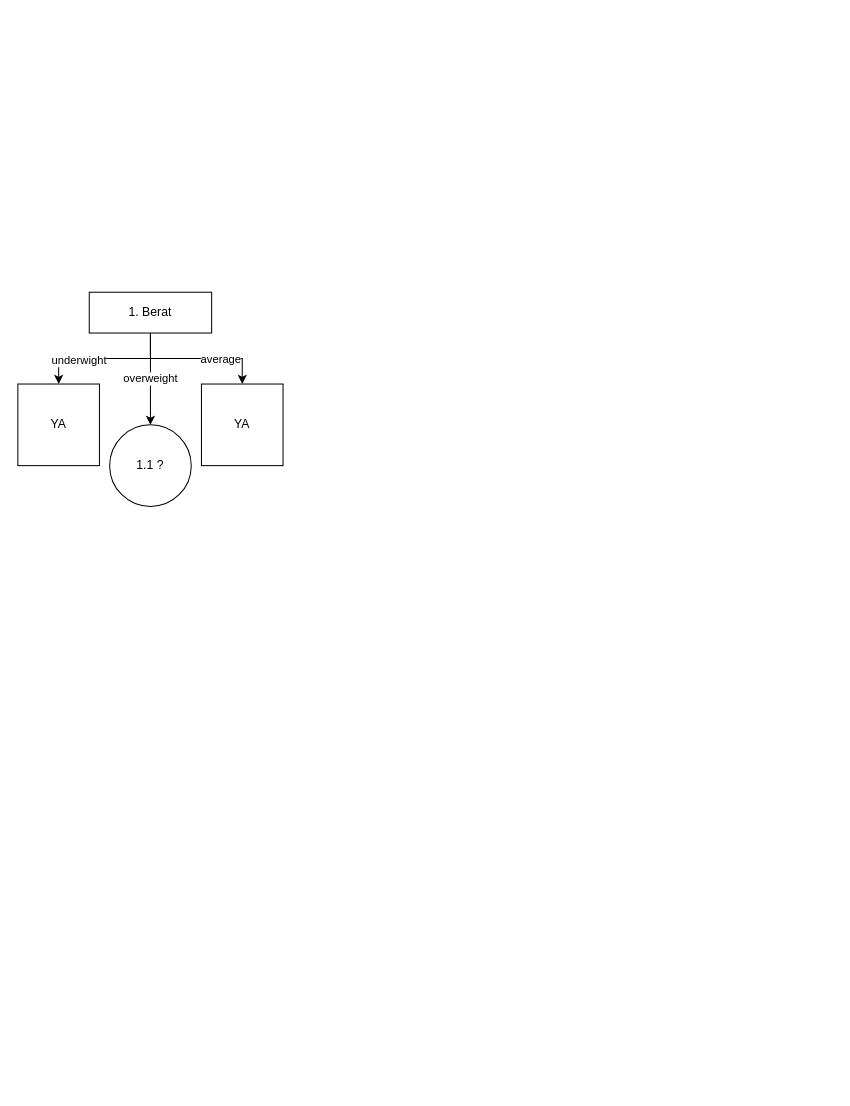
Earlier version of the draw.io diagram page "Halaman-1" (1 of 2) of node cabang gain.drawio (AlyDap/teori-data-science). Source tidied: cells renumbered, new cells numbered last; positions are measured from the earlier drawing's top-left corner, leaving out a move shared by most shapes. Both pictures are drawn from the tidied source at 102%, with x=0, y=0 at pixel (17, 292).
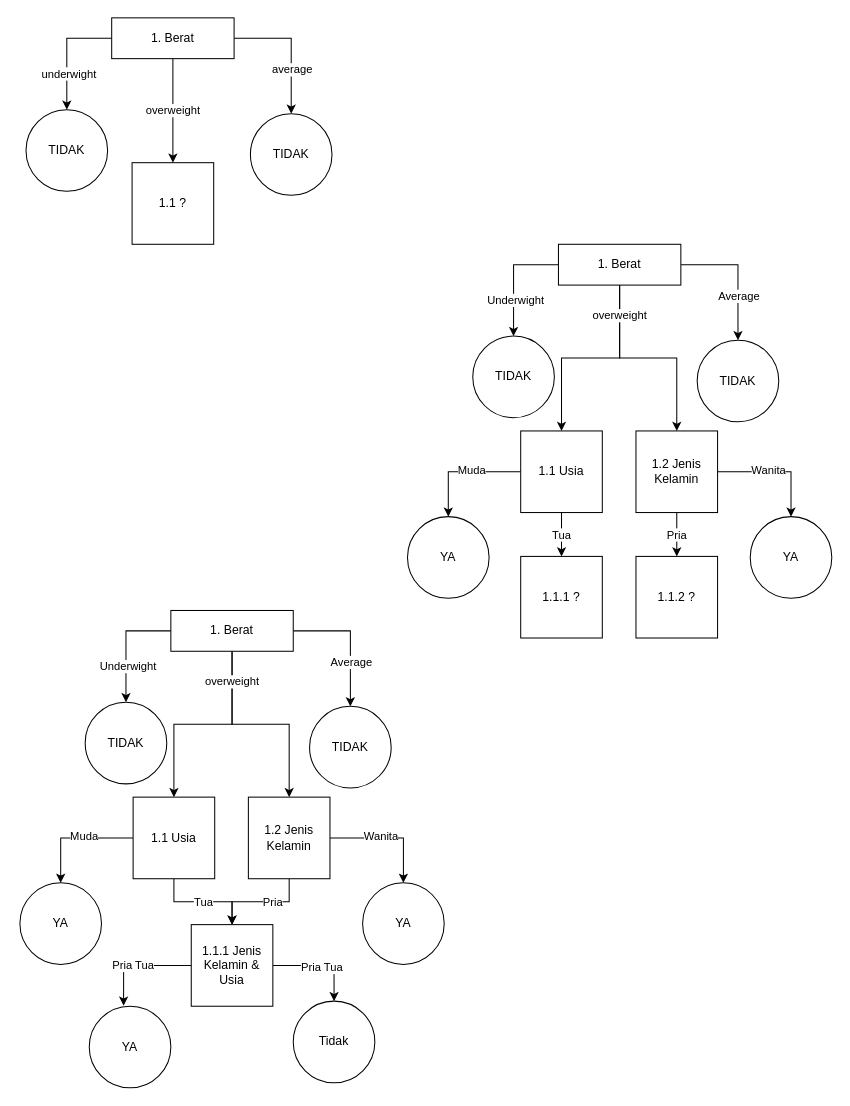
The same page after the edit.

Change to the diagram source:
```diff
@@
-    <mxCell id="2" style="edgeStyle=orthogonalEdgeStyle;rounded=0;jettySize=auto;html=1;entryX=0.5;entryY=0;entryDx=0;entryDy=0;" parent="1" edge="1" source="7" target="8">
+    <mxCell id="2" style="edgeStyle=orthogonalEdgeStyle;rounded=0;jettySize=auto;html=1;" parent="1" edge="1" source="7" target="15">
       <mxGeometry relative="1" as="geometry" />
     </mxCell>
-    <mxCell id="3" value="underwight" style="edgeLabel;html=1;align=center;verticalAlign=middle;" parent="2" vertex="1">
+    <mxCell id="3" value="Underwight" style="edgeLabel;html=1;align=center;verticalAlign=middle;" parent="2" vertex="1">
       <mxGeometry x="0.37" y="1" relative="1" as="geometry" />
     </mxCell>
-    <mxCell id="4" style="edgeStyle=orthogonalEdgeStyle;rounded=0;jettySize=auto;html=1;" parent="1" edge="1" source="7" target="9">
+    <mxCell id="4" style="edgeStyle=orthogonalEdgeStyle;rounded=0;jettySize=auto;html=1;entryX=0.5;entryY=0;entryDx=0;entryDy=0;" parent="1" edge="1" source="7" target="14">
       <mxGeometry relative="1" as="geometry" />
     </mxCell>
-    <mxCell id="5" value="average" style="edgeLabel;html=1;align=center;verticalAlign=middle;" parent="4" vertex="1">
+    <mxCell id="5" value="Average" style="edgeLabel;html=1;align=center;verticalAlign=middle;" parent="4" vertex="1">
       <mxGeometry x="0.33" relative="1" as="geometry" />
     </mxCell>
+    <mxCell id="11" style="edgeStyle=orthogonalEdgeStyle;rounded=0;jettySize=auto;html=1;" parent="1" edge="1" source="7" target="19">
+      <mxGeometry relative="1" as="geometry" />
+    </mxCell>
+    <mxCell id="12" style="edgeStyle=orthogonalEdgeStyle;rounded=0;jettySize=auto;html=1;" parent="1" edge="1" source="7" target="24">
+      <mxGeometry relative="1" as="geometry" />
+    </mxCell>
+    <mxCell id="13" value="overweight" style="edgeLabel;html=1;align=center;verticalAlign=middle;" parent="12" vertex="1">
+      <mxGeometry x="-0.71" y="-1" relative="1" as="geometry" />
+    </mxCell>
+    <mxCell id="7" value="1. Berat" style="rounded=0;whiteSpace=wrap;html=1;" parent="1" vertex="1">
+      <mxGeometry x="150" y="312" width="120" height="40" as="geometry" />
+    </mxCell>
+    <mxCell id="14" value="TIDAK" style="ellipse;whiteSpace=wrap;html=1;" parent="1" vertex="1">
+      <mxGeometry x="286" y="406" width="80" height="80" as="geometry" />
+    </mxCell>
+    <mxCell id="15" value="TIDAK" style="ellipse;whiteSpace=wrap;html=1;" parent="1" vertex="1">
+      <mxGeometry x="66" y="402" width="80" height="80" as="geometry" />
+    </mxCell>
+    <mxCell id="16" style="edgeStyle=orthogonalEdgeStyle;rounded=0;jettySize=auto;html=1;entryX=0.5;entryY=0;entryDx=0;entryDy=0;" parent="1" edge="1" source="19" target="32">
+      <mxGeometry relative="1" as="geometry" />
+    </mxCell>
+    <mxCell id="17" value="Muda" style="edgeLabel;html=1;align=center;verticalAlign=middle;" parent="16" vertex="1">
+      <mxGeometry x="-0.15" y="-2" relative="1" as="geometry" />
+    </mxCell>
+    <mxCell id="18" value="Tua" style="edgeStyle=orthogonalEdgeStyle;rounded=0;jettySize=auto;html=1;" parent="1" edge="1" source="19" target="39">
+      <mxGeometry relative="1" as="geometry" />
+    </mxCell>
+    <mxCell id="19" value="1.1 Usia" style="whiteSpace=wrap;html=1;" parent="1" vertex="1">
+      <mxGeometry x="113" y="495" width="80" height="80" as="geometry" />
+    </mxCell>
+    <mxCell id="20" style="edgeStyle=orthogonalEdgeStyle;rounded=0;jettySize=auto;html=1;entryX=0.5;entryY=0;entryDx=0;entryDy=0;" parent="1" edge="1" source="24" target="33">
+      <mxGeometry relative="1" as="geometry" />
+    </mxCell>
+    <mxCell id="21" value="Wanita" style="edgeLabel;html=1;align=center;verticalAlign=middle;" parent="20" vertex="1">
+      <mxGeometry x="-0.16" y="2" relative="1" as="geometry" />
+    </mxCell>
+    <mxCell id="22" style="edgeStyle=orthogonalEdgeStyle;rounded=0;jettySize=auto;html=1;entryX=0.5;entryY=0;entryDx=0;entryDy=0;" parent="1" edge="1" source="24" target="39">
+      <mxGeometry relative="1" as="geometry" />
+    </mxCell>
+    <mxCell id="23" value="Pria" style="edgeLabel;html=1;align=center;verticalAlign=middle;" parent="22" vertex="1">
+      <mxGeometry x="-0.23" relative="1" as="geometry" />
+    </mxCell>
+    <mxCell id="24" value="1.2 Jenis Kelamin" style="whiteSpace=wrap;html=1;" parent="1" vertex="1">
+      <mxGeometry x="226" y="495" width="80" height="80" as="geometry" />
+    </mxCell>
+    <mxCell id="25" style="edgeStyle=orthogonalEdgeStyle;rounded=0;jettySize=auto;html=1;" parent="1" edge="1" source="29" target="31">
+      <mxGeometry relative="1" as="geometry" />
+    </mxCell>
+    <mxCell id="26" value="underwight" style="edgeLabel;html=1;align=center;verticalAlign=middle;" parent="25" vertex="1">
+      <mxGeometry x="0.37" y="1" relative="1" as="geometry" />
+    </mxCell>
+    <mxCell id="27" style="edgeStyle=orthogonalEdgeStyle;rounded=0;jettySize=auto;html=1;entryX=0.5;entryY=0;entryDx=0;entryDy=0;" parent="1" edge="1" source="29" target="30">
+      <mxGeometry relative="1" as="geometry" />
+    </mxCell>
+    <mxCell id="28" value="average" style="edgeLabel;html=1;align=center;verticalAlign=middle;" parent="27" vertex="1">
+      <mxGeometry x="0.33" relative="1" as="geometry" />
+    </mxCell>
-    <mxCell id="6" value="overweight" style="edgeStyle=orthogonalEdgeStyle;rounded=0;jettySize=auto;html=1;" parent="1" edge="1" source="7" target="10">
+    <mxCell id="6" value="overweight" style="edgeStyle=orthogonalEdgeStyle;rounded=0;jettySize=auto;html=1;" parent="1" edge="1" source="29" target="10">
       <mxGeometry relative="1" as="geometry" />
     </mxCell>
-    <mxCell id="7" value="1. Berat" style="rounded=0;whiteSpace=wrap;html=1;" parent="1" vertex="1">
-      <mxGeometry x="70" width="120" height="40" as="geometry" />
-    </mxCell>
-    <mxCell id="8" value="YA" style="whiteSpace=wrap;html=1;" parent="1" vertex="1">
-      <mxGeometry y="90" width="80" height="80" as="geometry" />
-    </mxCell>
-    <mxCell id="9" value="YA" style="whiteSpace=wrap;html=1;" parent="1" vertex="1">
-      <mxGeometry x="180" y="90" width="80" height="80" as="geometry" />
-    </mxCell>
+    <mxCell id="29" value="1. Berat" style="rounded=0;whiteSpace=wrap;html=1;" parent="1" vertex="1">
+      <mxGeometry x="92" y="-269" width="120" height="40" as="geometry" />
+    </mxCell>
+    <mxCell id="30" value="TIDAK" style="ellipse;whiteSpace=wrap;html=1;" parent="1" vertex="1">
+      <mxGeometry x="228" y="-175" width="80" height="80" as="geometry" />
+    </mxCell>
+    <mxCell id="31" value="TIDAK" style="ellipse;whiteSpace=wrap;html=1;" parent="1" vertex="1">
+      <mxGeometry x="8" y="-179" width="80" height="80" as="geometry" />
+    </mxCell>
-    <mxCell id="10" value="1.1 ?" style="ellipse;whiteSpace=wrap;html=1;" parent="1" vertex="1">
-      <mxGeometry x="90" y="130" width="80" height="80" as="geometry" />
+    <mxCell id="10" value="1.1 ?" style="whiteSpace=wrap;html=1;" parent="1" vertex="1">
+      <mxGeometry x="112" y="-127" width="80" height="80" as="geometry" />
     </mxCell>
+    <mxCell id="32" value="YA" style="ellipse;whiteSpace=wrap;html=1;" parent="1" vertex="1">
+      <mxGeometry x="2" y="579" width="80" height="80" as="geometry" />
+    </mxCell>
+    <mxCell id="33" value="YA" style="ellipse;whiteSpace=wrap;html=1;" parent="1" vertex="1">
+      <mxGeometry x="338" y="579" width="80" height="80" as="geometry" />
+    </mxCell>
+    <mxCell id="34" style="edgeStyle=orthogonalEdgeStyle;rounded=0;jettySize=auto;html=1;entryX=0.421;entryY=-0.006;entryDx=0;entryDy=0;entryPerimeter=0;" parent="1" edge="1" source="39" target="62">
+      <mxGeometry relative="1" as="geometry" />
+    </mxCell>
+    <mxCell id="35" value="Pria Tua" style="edgeLabel;html=1;align=center;verticalAlign=middle;" parent="34" vertex="1">
+      <mxGeometry x="0.09" y="-1" relative="1" as="geometry" />
+    </mxCell>
+    <mxCell id="36" style="edgeStyle=orthogonalEdgeStyle;rounded=0;jettySize=auto;html=1;entryX=0.5;entryY=0;entryDx=0;entryDy=0;" parent="1" edge="1" source="39" target="63">
+      <mxGeometry relative="1" as="geometry" />
+    </mxCell>
+    <mxCell id="37" style="edgeLabel;html=1;align=center;verticalAlign=middle;" parent="36" vertex="1">
+      <mxGeometry x="-0.09" y="1" relative="1" as="geometry" />
+    </mxCell>
+    <mxCell id="38" value="Pria Tua" style="edgeLabel;html=1;align=center;verticalAlign=middle;" parent="36" vertex="1">
+      <mxGeometry x="-0.02" y="-1" relative="1" as="geometry" />
+    </mxCell>
+    <mxCell id="39" value="1.1.1 Jenis Kelamin &amp;amp; Usia" style="whiteSpace=wrap;html=1;" parent="1" vertex="1">
+      <mxGeometry x="170" y="620" width="80" height="80" as="geometry" />
+    </mxCell>
+    <mxCell id="40" style="edgeStyle=orthogonalEdgeStyle;rounded=0;jettySize=auto;html=1;" parent="1" edge="1" source="47" target="49">
+      <mxGeometry relative="1" as="geometry" />
+    </mxCell>
+    <mxCell id="41" value="Underwight" style="edgeLabel;html=1;align=center;verticalAlign=middle;" parent="40" vertex="1">
+      <mxGeometry x="0.37" y="1" relative="1" as="geometry" />
+    </mxCell>
+    <mxCell id="42" style="edgeStyle=orthogonalEdgeStyle;rounded=0;jettySize=auto;html=1;entryX=0.5;entryY=0;entryDx=0;entryDy=0;" parent="1" edge="1" source="47" target="48">
+      <mxGeometry relative="1" as="geometry" />
+    </mxCell>
+    <mxCell id="43" value="Average" style="edgeLabel;html=1;align=center;verticalAlign=middle;" parent="42" vertex="1">
+      <mxGeometry x="0.33" relative="1" as="geometry" />
+    </mxCell>
+    <mxCell id="44" style="edgeStyle=orthogonalEdgeStyle;rounded=0;jettySize=auto;html=1;" parent="1" edge="1" source="47" target="53">
+      <mxGeometry relative="1" as="geometry" />
+    </mxCell>
+    <mxCell id="45" style="edgeStyle=orthogonalEdgeStyle;rounded=0;jettySize=auto;html=1;" parent="1" edge="1" source="47" target="57">
+      <mxGeometry relative="1" as="geometry" />
+    </mxCell>
+    <mxCell id="46" value="overweight" style="edgeLabel;html=1;align=center;verticalAlign=middle;" parent="45" vertex="1">
+      <mxGeometry x="-0.71" y="-1" relative="1" as="geometry" />
+    </mxCell>
+    <mxCell id="47" value="1. Berat" style="rounded=0;whiteSpace=wrap;html=1;" parent="1" vertex="1">
+      <mxGeometry x="530" y="-47" width="120" height="40" as="geometry" />
+    </mxCell>
+    <mxCell id="48" value="TIDAK" style="ellipse;whiteSpace=wrap;html=1;" parent="1" vertex="1">
+      <mxGeometry x="666" y="47" width="80" height="80" as="geometry" />
+    </mxCell>
+    <mxCell id="49" value="TIDAK" style="ellipse;whiteSpace=wrap;html=1;" parent="1" vertex="1">
+      <mxGeometry x="446" y="43" width="80" height="80" as="geometry" />
+    </mxCell>
+    <mxCell id="50" style="edgeStyle=orthogonalEdgeStyle;rounded=0;jettySize=auto;html=1;entryX=0.5;entryY=0;entryDx=0;entryDy=0;" parent="1" edge="1" source="53" target="58">
+      <mxGeometry relative="1" as="geometry" />
+    </mxCell>
+    <mxCell id="51" value="Muda" style="edgeLabel;html=1;align=center;verticalAlign=middle;" parent="50" vertex="1">
+      <mxGeometry x="-0.15" y="-2" relative="1" as="geometry" />
+    </mxCell>
+    <mxCell id="52" value="Tua" style="edgeStyle=orthogonalEdgeStyle;rounded=0;jettySize=auto;html=1;entryX=0.5;entryY=0;entryDx=0;entryDy=0;" parent="1" edge="1" source="53" target="60">
+      <mxGeometry relative="1" as="geometry" />
+    </mxCell>
+    <mxCell id="53" value="1.1 Usia" style="whiteSpace=wrap;html=1;" parent="1" vertex="1">
+      <mxGeometry x="493" y="136" width="80" height="80" as="geometry" />
+    </mxCell>
+    <mxCell id="54" style="edgeStyle=orthogonalEdgeStyle;rounded=0;jettySize=auto;html=1;entryX=0.5;entryY=0;entryDx=0;entryDy=0;" parent="1" edge="1" source="57" target="59">
+      <mxGeometry relative="1" as="geometry" />
+    </mxCell>
+    <mxCell id="55" value="Wanita" style="edgeLabel;html=1;align=center;verticalAlign=middle;" parent="54" vertex="1">
+      <mxGeometry x="-0.16" y="2" relative="1" as="geometry" />
+    </mxCell>
+    <mxCell id="56" value="Pria" style="edgeStyle=orthogonalEdgeStyle;rounded=0;jettySize=auto;html=1;entryX=0.5;entryY=0;entryDx=0;entryDy=0;" parent="1" edge="1" source="57" target="61">
+      <mxGeometry relative="1" as="geometry" />
+    </mxCell>
+    <mxCell id="57" value="1.2 Jenis Kelamin" style="whiteSpace=wrap;html=1;" parent="1" vertex="1">
+      <mxGeometry x="606" y="136" width="80" height="80" as="geometry" />
+    </mxCell>
+    <mxCell id="58" value="YA" style="ellipse;whiteSpace=wrap;html=1;" parent="1" vertex="1">
+      <mxGeometry x="382" y="220" width="80" height="80" as="geometry" />
+    </mxCell>
+    <mxCell id="59" value="YA" style="ellipse;whiteSpace=wrap;html=1;" parent="1" vertex="1">
+      <mxGeometry x="718" y="220" width="80" height="80" as="geometry" />
+    </mxCell>
+    <mxCell id="60" value="1.1.1 ?" style="whiteSpace=wrap;html=1;" parent="1" vertex="1">
+      <mxGeometry x="493" y="259" width="80" height="80" as="geometry" />
+    </mxCell>
+    <mxCell id="61" value="1.1.2 ?" style="whiteSpace=wrap;html=1;" parent="1" vertex="1">
+      <mxGeometry x="606" y="259" width="80" height="80" as="geometry" />
+    </mxCell>
+    <mxCell id="62" value="YA" style="ellipse;whiteSpace=wrap;html=1;" parent="1" vertex="1">
+      <mxGeometry x="70" y="700" width="80" height="80" as="geometry" />
+    </mxCell>
+    <mxCell id="63" value="Tidak" style="ellipse;whiteSpace=wrap;html=1;" parent="1" vertex="1">
+      <mxGeometry x="270" y="695" width="80" height="80" as="geometry" />
+    </mxCell>
```
